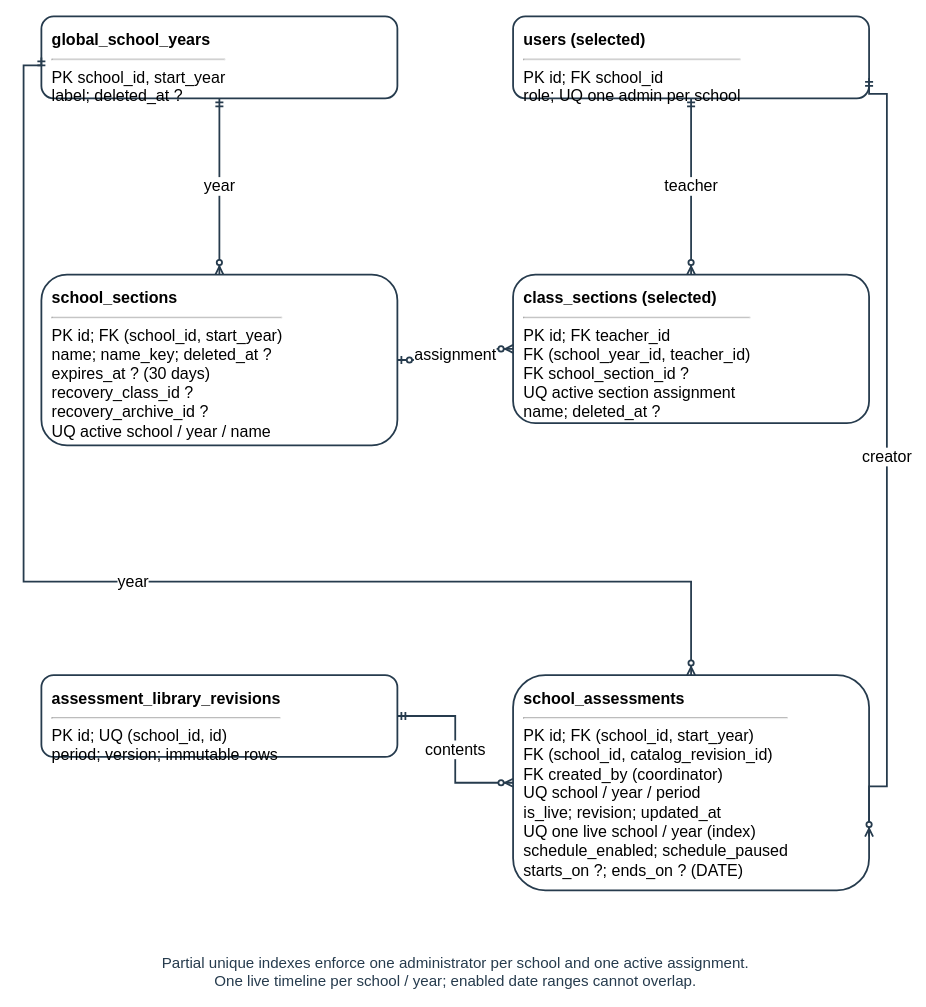
This is docs/diagrams/class-workspaces/figure-26c-school-flow-erd.drawio from AkuSayangKamuJudaSayang/crl-app, a draw.io file, before an edit. Source tidied: cells renumbered, new cells numbered last; positions are measured from the earlier drawing's top-left corner, leaving out a move shared by most shapes. Both pictures are drawn from the tidied source at 89%, with x=0, y=0 at pixel (23, 16).
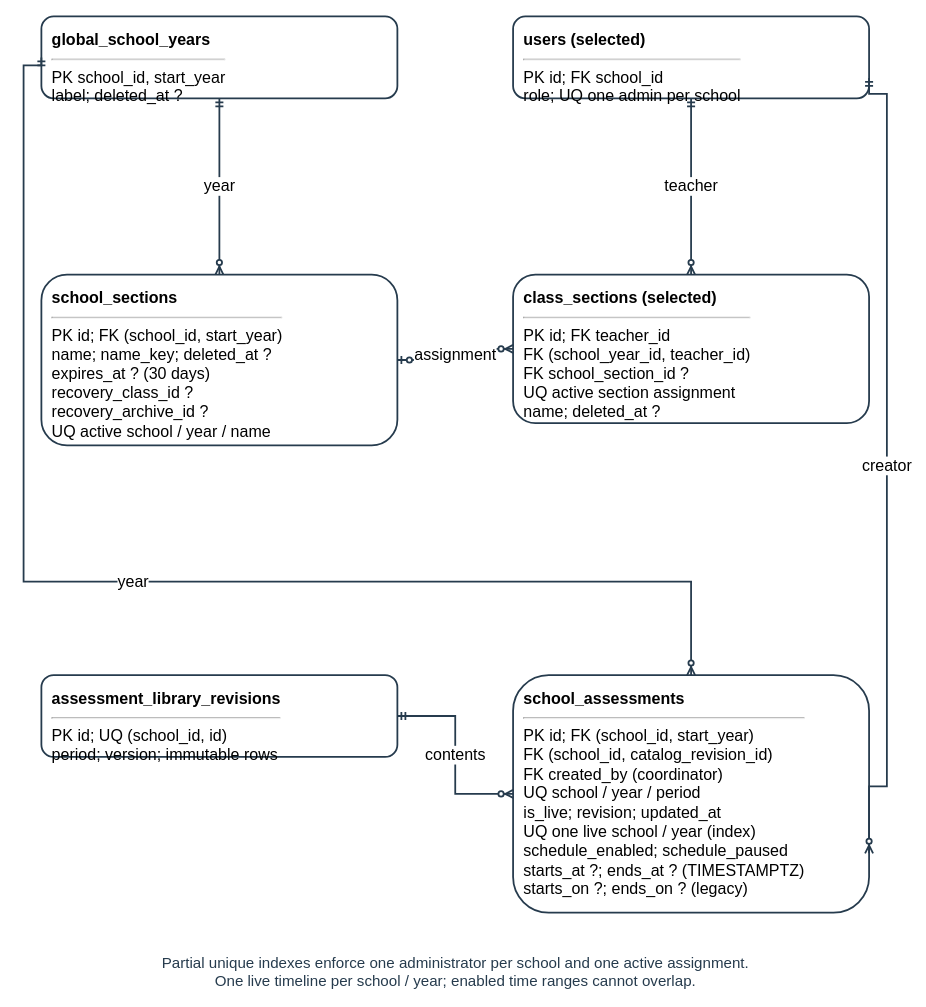
After the change.

What changed in the source:
```diff
@@
 <mxGraphModel>
   <root>
     <mxCell id="0" />
     <mxCell id="1" parent="0" />
-    <mxCell id="2" value="Partial unique indexes enforce one administrator per school and one active assignment.&lt;br&gt;One live timeline per school / year; enabled date ranges cannot overlap." style="text;html=1;align=center;verticalAlign=top;fontSize=17;fontColor=#263b4d;fontStyle=0;strokeColor=none;fillColor=none;" parent="1" vertex="1">
+    <mxCell id="2" value="Partial unique indexes enforce one administrator per school and one active assignment.&lt;br&gt;One live timeline per school / year; enabled time ranges cannot overlap." style="text;html=1;align=center;verticalAlign=top;fontSize=17;fontColor=#263b4d;fontStyle=0;strokeColor=none;fillColor=none;" parent="1" vertex="1">
       <mxGeometry x="185" y="1048" width="600" height="40.8" as="geometry" />
     </mxCell>
     <mxCell id="3" value="&lt;b&gt;global_school_years&lt;/b&gt;&lt;br&gt;&lt;hr&gt;PK school_id, start_year&lt;br&gt;label; deleted_at ?" style="rounded=1;html=1;whiteSpace=wrap;fillColor=#ffffff;strokeColor=#263b4d;strokeWidth=2;align=left;verticalAlign=top;spacing=12;fontSize=18;" parent="1" vertex="1">
       <mxGeometry x="20" width="400" height="92" as="geometry" />
     </mxCell>
     <mxCell id="4" value="&lt;b&gt;users (selected)&lt;/b&gt;&lt;br&gt;&lt;hr&gt;PK id; FK school_id&lt;br&gt;role; UQ one admin per school" style="rounded=1;html=1;whiteSpace=wrap;fillColor=#ffffff;strokeColor=#263b4d;strokeWidth=2;align=left;verticalAlign=top;spacing=12;fontSize=18;" parent="1" vertex="1">
       <mxGeometry x="550" width="400" height="92" as="geometry" />
     </mxCell>
     <mxCell id="5" value="&lt;b&gt;school_sections&lt;/b&gt;&lt;br&gt;&lt;hr&gt;PK id; FK (school_id, start_year)&lt;br&gt;name; name_key; deleted_at ?&lt;br&gt;expires_at ? (30 days)&lt;br&gt;recovery_class_id ?&lt;br&gt;recovery_archive_id ?&lt;br&gt;UQ active school / year / name" style="rounded=1;html=1;whiteSpace=wrap;fillColor=#ffffff;strokeColor=#263b4d;strokeWidth=2;align=left;verticalAlign=top;spacing=12;fontSize=18;" parent="1" vertex="1">
       <mxGeometry x="20" y="290" width="400" height="192" as="geometry" />
     </mxCell>
     <mxCell id="6" value="&lt;b&gt;class_sections (selected)&lt;/b&gt;&lt;br&gt;&lt;hr&gt;PK id; FK teacher_id&lt;br&gt;FK (school_year_id, teacher_id)&lt;br&gt;FK school_section_id ?&lt;br&gt;UQ active section assignment&lt;br&gt;name; deleted_at ?" style="rounded=1;html=1;whiteSpace=wrap;fillColor=#ffffff;strokeColor=#263b4d;strokeWidth=2;align=left;verticalAlign=top;spacing=12;fontSize=18;" parent="1" vertex="1">
       <mxGeometry x="550" y="290" width="400" height="167" as="geometry" />
     </mxCell>
     <mxCell id="7" value="&lt;b&gt;assessment_library_revisions&lt;/b&gt;&lt;br&gt;&lt;hr&gt;PK id; UQ (school_id, id)&lt;br&gt;period; version; immutable rows" style="rounded=1;html=1;whiteSpace=wrap;fillColor=#ffffff;strokeColor=#263b4d;strokeWidth=2;align=left;verticalAlign=top;spacing=12;fontSize=18;" parent="1" vertex="1">
       <mxGeometry x="20" y="740" width="400" height="92" as="geometry" />
     </mxCell>
-    <mxCell id="8" value="&lt;b&gt;school_assessments&lt;/b&gt;&lt;br&gt;&lt;hr&gt;PK id; FK (school_id, start_year)&lt;br&gt;FK (school_id, catalog_revision_id)&lt;br&gt;FK created_by (coordinator)&lt;br&gt;UQ school / year / period&lt;br&gt;is_live; revision; updated_at&lt;br&gt;UQ one live school / year (index)&lt;br&gt;schedule_enabled; schedule_paused&lt;br&gt;starts_on ?; ends_on ? (DATE)" style="rounded=1;html=1;whiteSpace=wrap;fillColor=#ffffff;strokeColor=#263b4d;strokeWidth=2;align=left;verticalAlign=top;spacing=12;fontSize=18;" parent="1" vertex="1">
-      <mxGeometry x="550" y="740" width="400" height="242" as="geometry" />
+    <mxCell id="8" value="&lt;b&gt;school_assessments&lt;/b&gt;&lt;br&gt;&lt;hr&gt;PK id; FK (school_id, start_year)&lt;br&gt;FK (school_id, catalog_revision_id)&lt;br&gt;FK created_by (coordinator)&lt;br&gt;UQ school / year / period&lt;br&gt;is_live; revision; updated_at&lt;br&gt;UQ one live school / year (index)&lt;br&gt;schedule_enabled; schedule_paused&lt;br&gt;starts_at ?; ends_at ? (TIMESTAMPTZ)&lt;br&gt;starts_on ?; ends_on ? (legacy)" style="rounded=1;html=1;whiteSpace=wrap;fillColor=#ffffff;strokeColor=#263b4d;strokeWidth=2;align=left;verticalAlign=top;spacing=12;fontSize=18;" parent="1" vertex="1">
+      <mxGeometry x="550" y="740" width="400" height="267" as="geometry" />
     </mxCell>
     <mxCell id="9" value="year" style="edgeStyle=orthogonalEdgeStyle;rounded=0;html=1;endArrow=none;strokeColor=#263b4d;strokeWidth=2;exitX=0.5;exitY=1;entryX=0.5;entryY=0;fontSize=18;labelBackgroundColor=#ffffff;startArrow=ERmandOne;endArrow=ERzeroToMany;" parent="1" edge="1" source="3" target="5">
       <mxGeometry relative="1" as="geometry" />
     </mxCell>
     <mxCell id="10" value="teacher" style="edgeStyle=orthogonalEdgeStyle;rounded=0;html=1;endArrow=none;strokeColor=#263b4d;strokeWidth=2;exitX=0.5;exitY=1;entryX=0.5;entryY=0;fontSize=18;labelBackgroundColor=#ffffff;startArrow=ERmandOne;endArrow=ERzeroToMany;" parent="1" edge="1" source="4" target="6">
       <mxGeometry relative="1" as="geometry" />
     </mxCell>
     <mxCell id="11" value="assignment" style="edgeStyle=orthogonalEdgeStyle;rounded=0;html=1;endArrow=none;strokeColor=#263b4d;strokeWidth=2;exitX=1;exitY=0.5;entryX=0;entryY=0.5;fontSize=18;labelBackgroundColor=#ffffff;startArrow=ERzeroToOne;endArrow=ERzeroToMany;" parent="1" edge="1" source="5" target="6">
       <mxGeometry relative="1" as="geometry" />
     </mxCell>
     <mxCell id="12" value="contents" style="edgeStyle=orthogonalEdgeStyle;rounded=0;html=1;endArrow=none;strokeColor=#263b4d;strokeWidth=2;exitX=1;exitY=0.5;entryX=0;entryY=0.5;fontSize=18;labelBackgroundColor=#ffffff;startArrow=ERmandOne;endArrow=ERzeroToMany;" parent="1" edge="1" source="7" target="8">
       <mxGeometry relative="1" as="geometry" />
     </mxCell>
     <mxCell id="13" value="year" style="edgeStyle=orthogonalEdgeStyle;rounded=0;html=1;endArrow=none;strokeColor=#263b4d;strokeWidth=2;exitX=0;exitY=0.5;entryX=0.5;entryY=0;fontSize=18;labelBackgroundColor=#ffffff;startArrow=ERmandOne;endArrow=ERzeroToMany;" parent="1" edge="1" source="3" target="8">
       <mxGeometry relative="1" as="geometry">
         <Array as="points">
           <mxPoint y="55" />
           <mxPoint y="635" />
           <mxPoint x="750" y="635" />
         </Array>
       </mxGeometry>
     </mxCell>
     <mxCell id="14" value="creator" style="edgeStyle=orthogonalEdgeStyle;rounded=0;html=1;endArrow=none;strokeColor=#263b4d;strokeWidth=2;exitX=1;exitY=0.75;entryX=1;entryY=0.75;fontSize=18;labelBackgroundColor=#ffffff;startArrow=ERmandOne;endArrow=ERzeroToMany;" parent="1" edge="1" source="4" target="8">
       <mxGeometry relative="1" as="geometry">
         <Array as="points">
           <mxPoint x="970" y="87" />
           <mxPoint x="970" y="865" />
         </Array>
       </mxGeometry>
     </mxCell>
   </root>
 </mxGraphModel>
```
